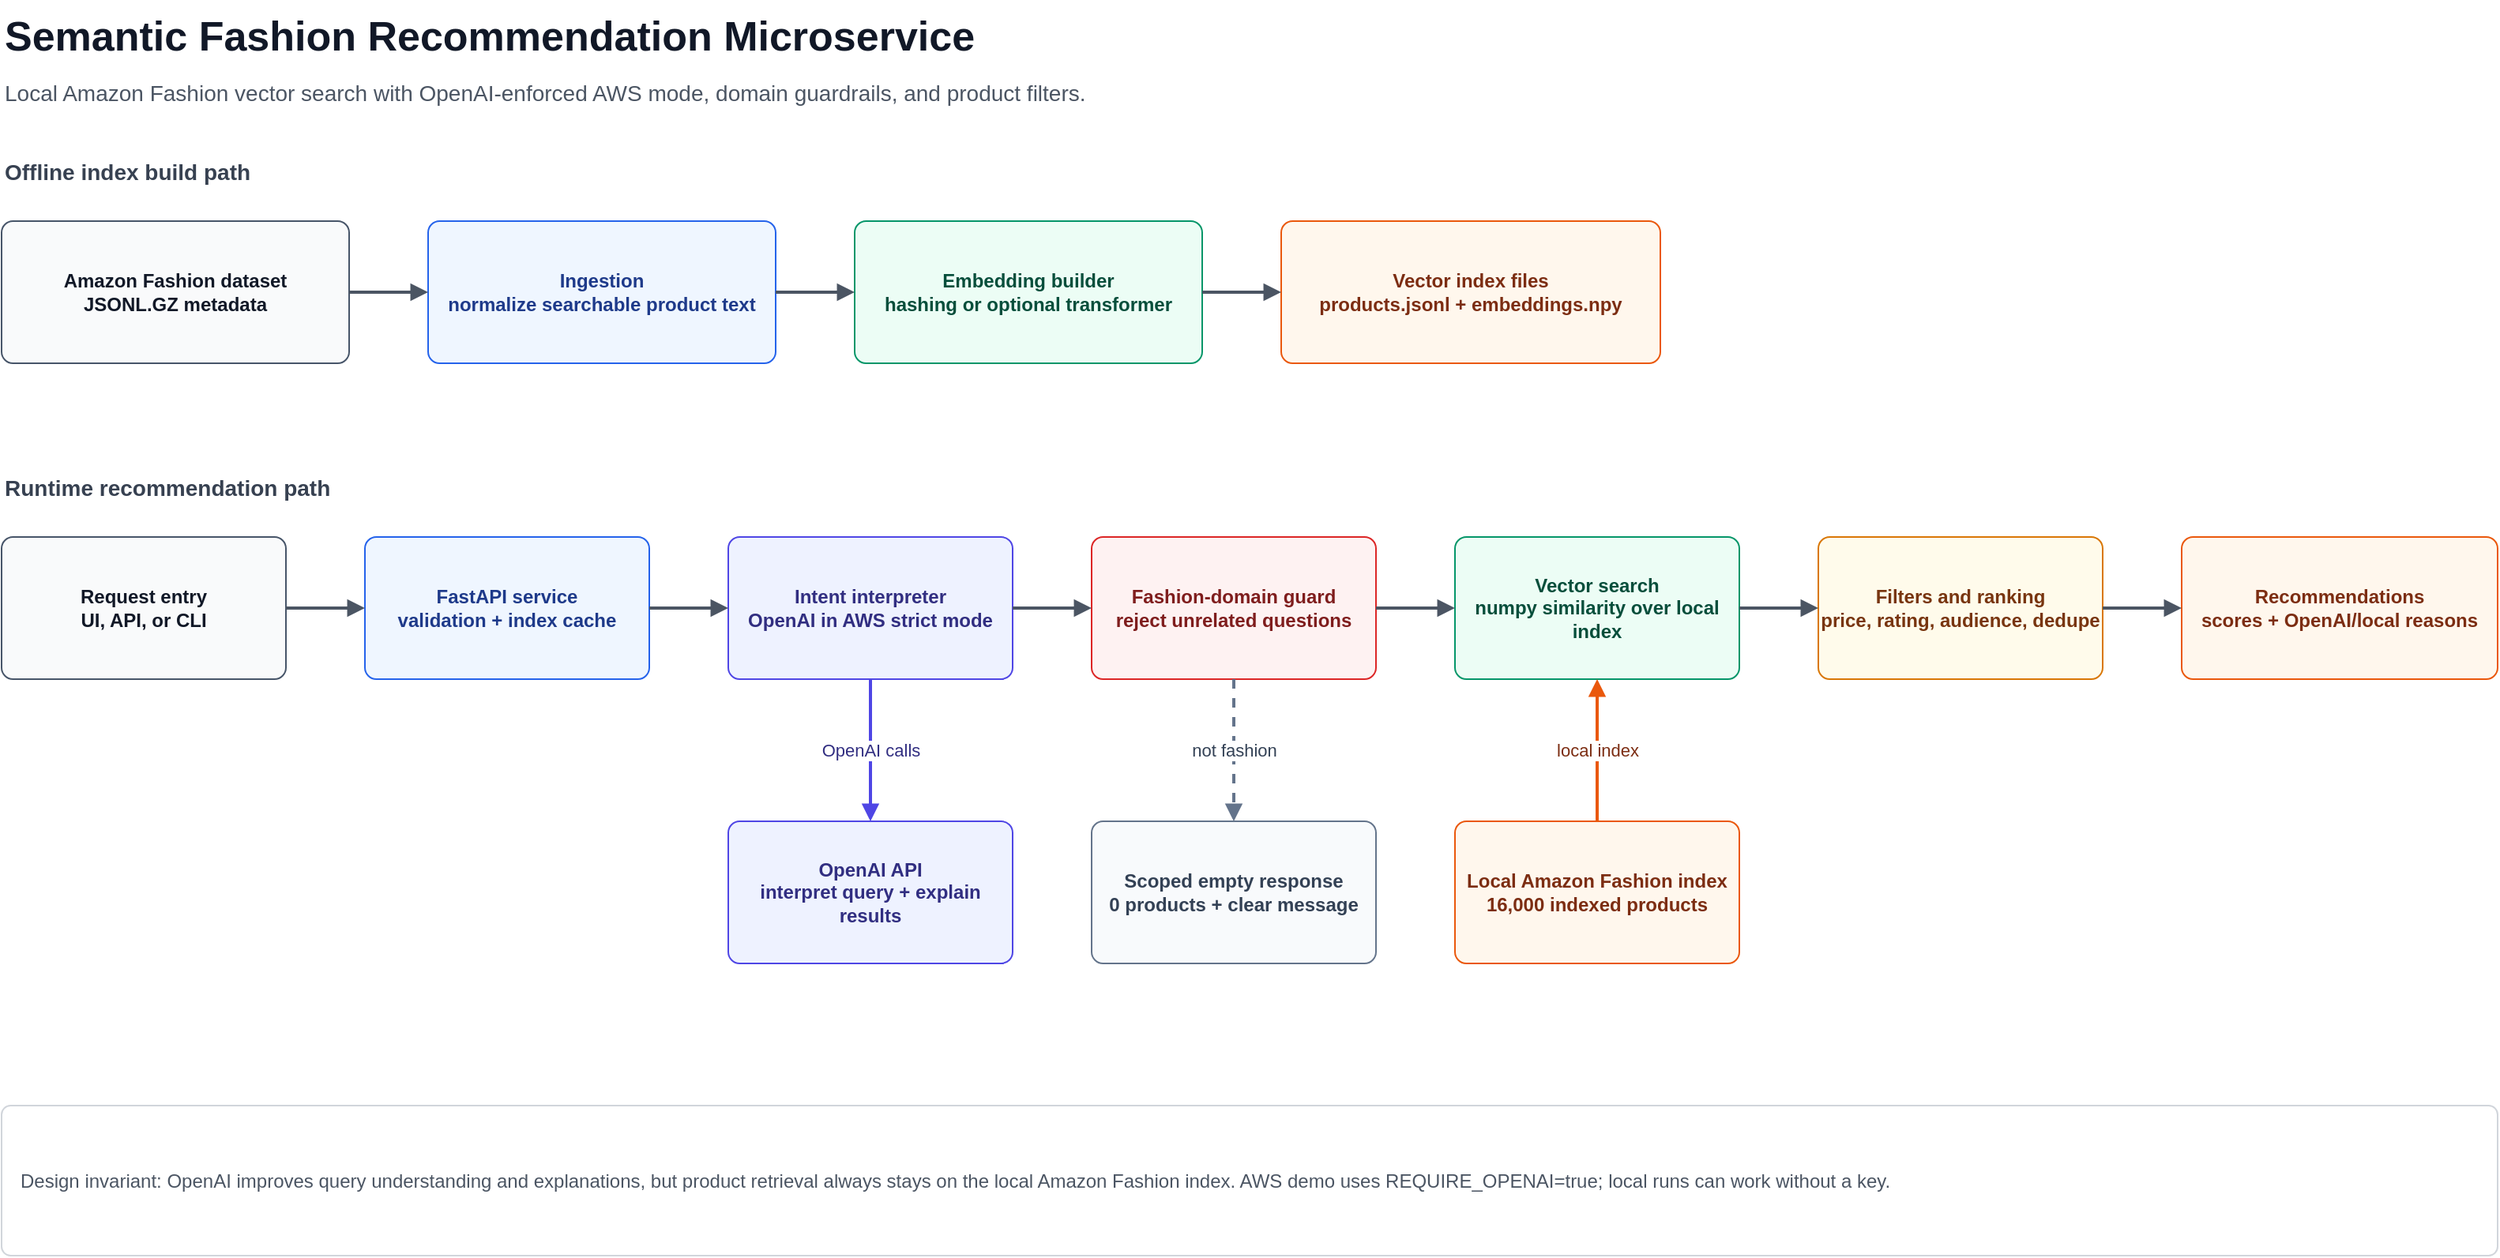
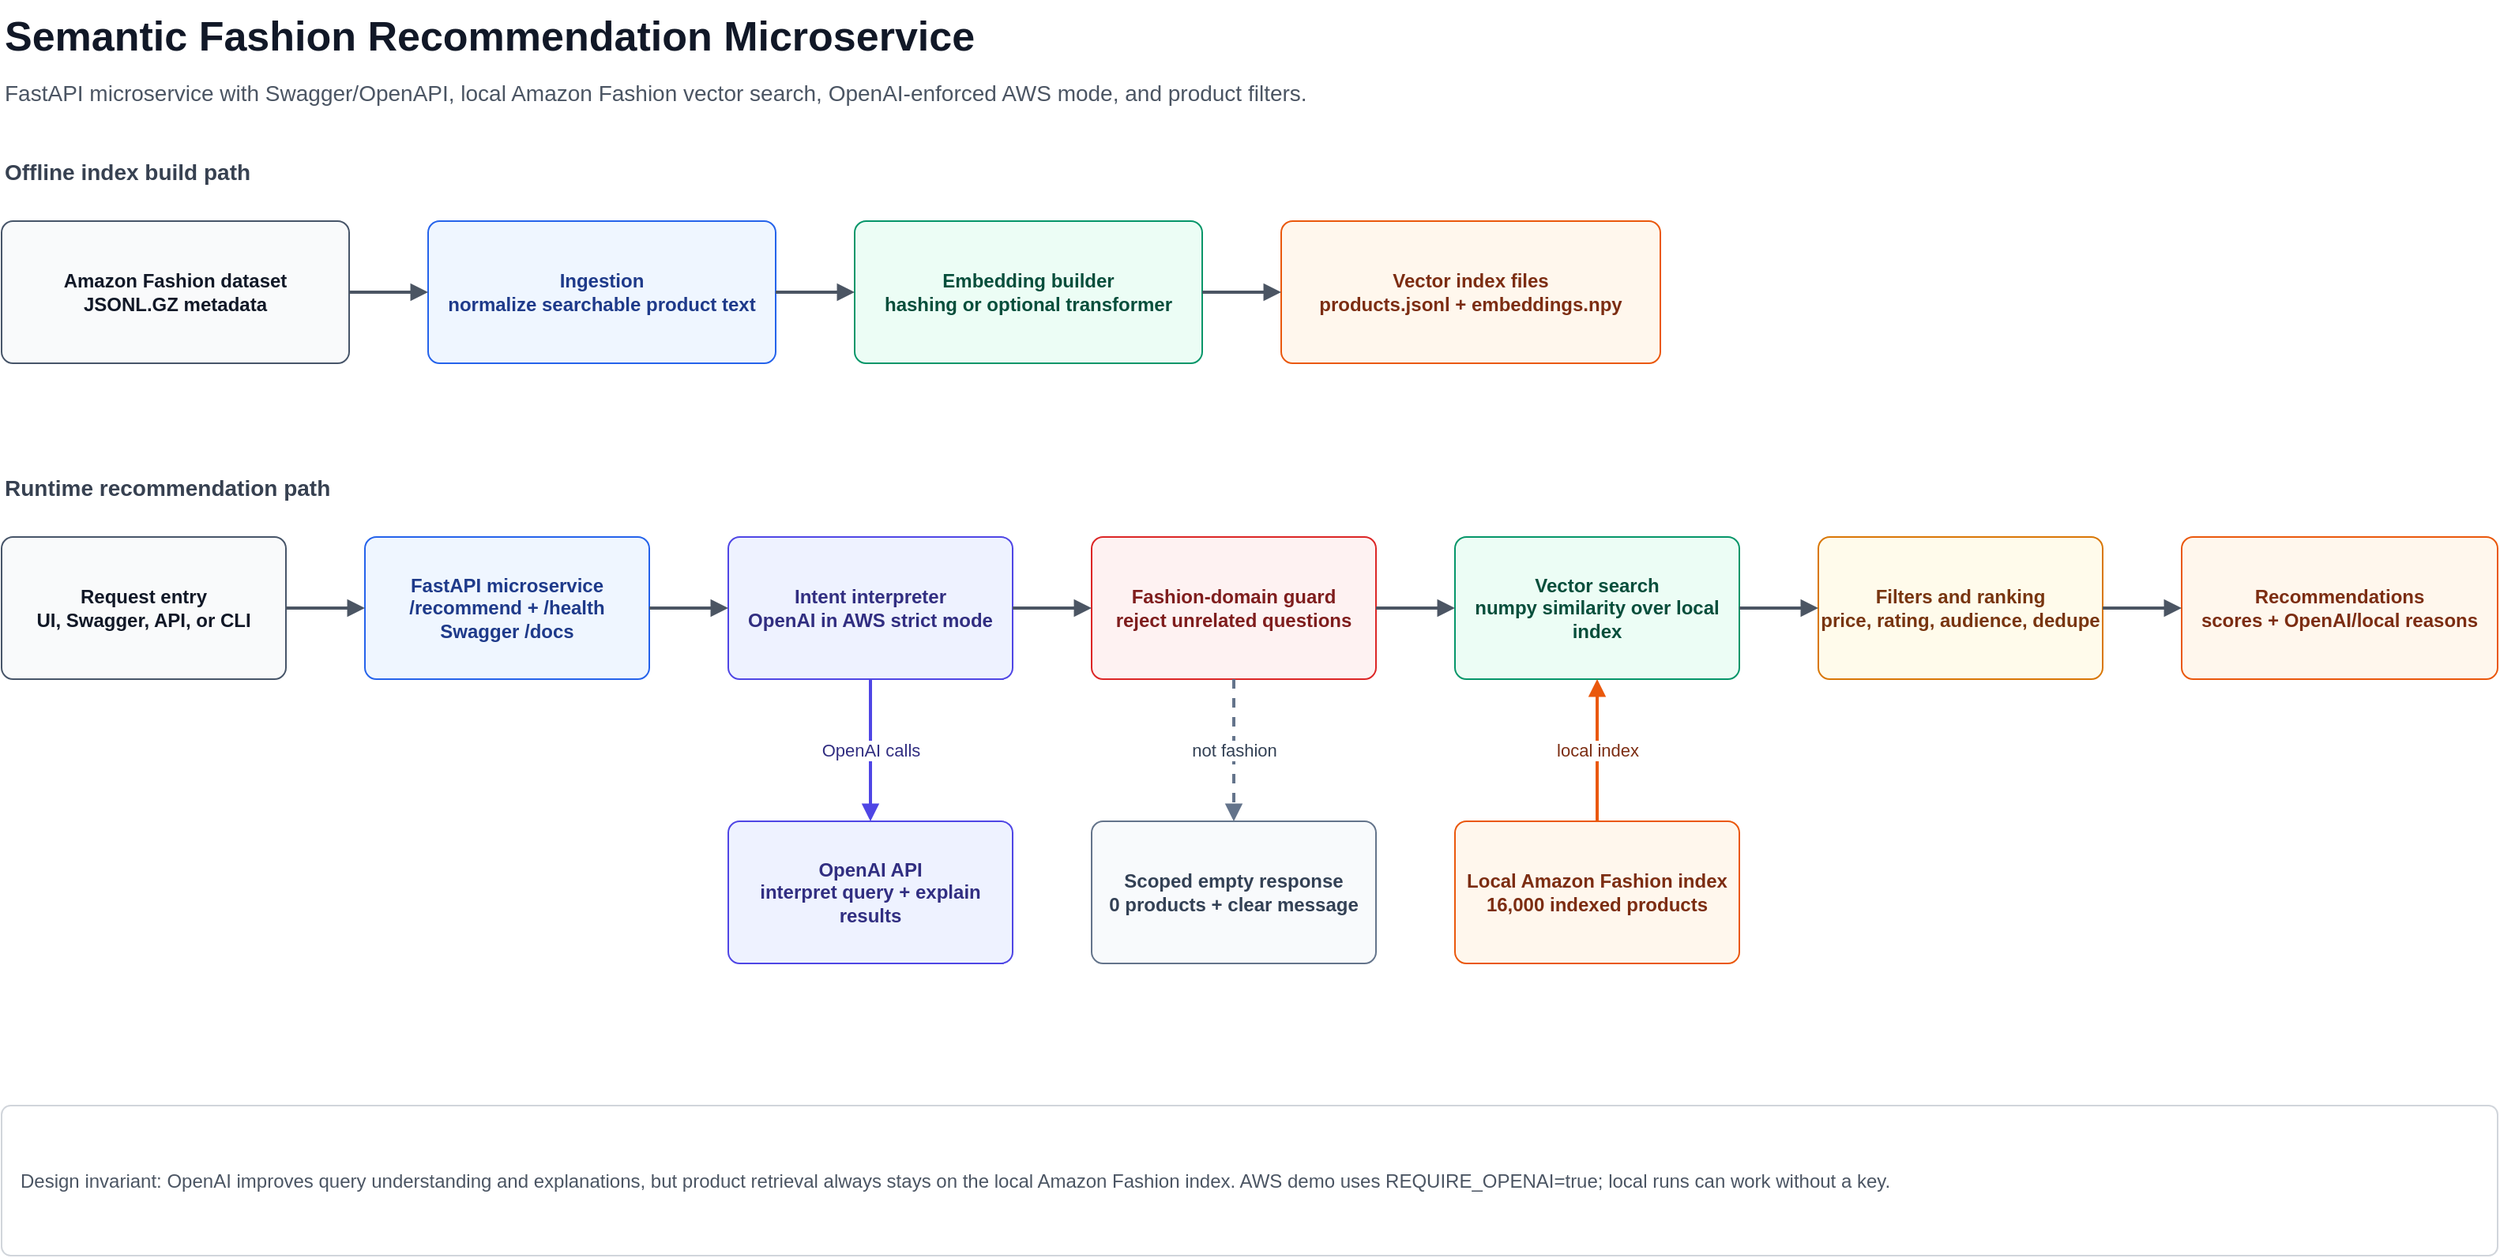
<mxfile host="app.diagrams.net" modified="2026-07-02T00:00:00.000Z" agent="draw.io" version="24.7.17">
  <diagram id="semantic-fashion-recommender" name="Architecture">
    <mxGraphModel dx="1800" dy="950" grid="1" gridSize="10" guides="1" tooltips="1" connect="1" arrows="1" fold="1" page="1" pageScale="1" pageWidth="1800" pageHeight="950" math="0" shadow="0">
      <root>
        <mxCell id="0" />
        <mxCell id="1" parent="0" />
        <mxCell id="title" value="Semantic Fashion Recommendation Microservice" style="text;html=1;strokeColor=none;fillColor=none;fontSize=26;fontStyle=1;fontColor=#111827;align=left;verticalAlign=middle;whiteSpace=wrap;rounded=0;" vertex="1" parent="1">
          <mxGeometry x="70" y="35" width="720" height="45" as="geometry" />
        </mxCell>
-         <mxCell id="subtitle" value="Local Amazon Fashion vector search with OpenAI-enforced AWS mode, domain guardrails, and product filters." style="text;html=1;strokeColor=none;fillColor=none;fontSize=14;fontColor=#4b5563;align=left;verticalAlign=middle;whiteSpace=wrap;rounded=0;" vertex="1" parent="1">
+         <mxCell id="subtitle" value="FastAPI microservice with Swagger/OpenAPI, local Amazon Fashion vector search, OpenAI-enforced AWS mode, and product filters." style="text;html=1;strokeColor=none;fillColor=none;fontSize=14;fontColor=#4b5563;align=left;verticalAlign=middle;whiteSpace=wrap;rounded=0;" vertex="1" parent="1">
          <mxGeometry x="70" y="80" width="980" height="28" as="geometry" />
        </mxCell>

        <mxCell id="offlineLabel" value="Offline index build path" style="text;html=1;strokeColor=none;fillColor=none;fontSize=14;fontStyle=1;fontColor=#374151;align=left;verticalAlign=middle;whiteSpace=wrap;rounded=0;" vertex="1" parent="1">
          <mxGeometry x="70" y="130" width="260" height="28" as="geometry" />
        </mxCell>
        <mxCell id="dataset" value="Amazon Fashion dataset&#xa;JSONL.GZ metadata" style="rounded=1;whiteSpace=wrap;html=1;arcSize=8;fillColor=#f9fafb;strokeColor=#475569;fontColor=#111827;fontStyle=1;" vertex="1" parent="1">
          <mxGeometry x="70" y="175" width="220" height="90" as="geometry" />
        </mxCell>
        <mxCell id="ingest" value="Ingestion&#xa;normalize searchable product text" style="rounded=1;whiteSpace=wrap;html=1;arcSize=8;fillColor=#eff6ff;strokeColor=#2563eb;fontColor=#1e3a8a;fontStyle=1;" vertex="1" parent="1">
          <mxGeometry x="340" y="175" width="220" height="90" as="geometry" />
        </mxCell>
        <mxCell id="embed" value="Embedding builder&#xa;hashing or optional transformer" style="rounded=1;whiteSpace=wrap;html=1;arcSize=8;fillColor=#ecfdf5;strokeColor=#059669;fontColor=#064e3b;fontStyle=1;" vertex="1" parent="1">
          <mxGeometry x="610" y="175" width="220" height="90" as="geometry" />
        </mxCell>
        <mxCell id="indexBuild" value="Vector index files&#xa;products.jsonl + embeddings.npy" style="rounded=1;whiteSpace=wrap;html=1;arcSize=8;fillColor=#fff7ed;strokeColor=#ea580c;fontColor=#7c2d12;fontStyle=1;" vertex="1" parent="1">
          <mxGeometry x="880" y="175" width="240" height="90" as="geometry" />
        </mxCell>

        <mxCell id="runtimeLabel" value="Runtime recommendation path" style="text;html=1;strokeColor=none;fillColor=none;fontSize=14;fontStyle=1;fontColor=#374151;align=left;verticalAlign=middle;whiteSpace=wrap;rounded=0;" vertex="1" parent="1">
          <mxGeometry x="70" y="330" width="280" height="28" as="geometry" />
        </mxCell>
-         <mxCell id="client" value="Request entry&#xa;UI, API, or CLI" style="rounded=1;whiteSpace=wrap;html=1;arcSize=8;fillColor=#f9fafb;strokeColor=#475569;fontColor=#111827;fontStyle=1;" vertex="1" parent="1">
+         <mxCell id="client" value="Request entry&#xa;UI, Swagger, API, or CLI" style="rounded=1;whiteSpace=wrap;html=1;arcSize=8;fillColor=#f9fafb;strokeColor=#475569;fontColor=#111827;fontStyle=1;" vertex="1" parent="1">
          <mxGeometry x="70" y="375" width="180" height="90" as="geometry" />
        </mxCell>
-         <mxCell id="api" value="FastAPI service&#xa;validation + index cache" style="rounded=1;whiteSpace=wrap;html=1;arcSize=8;fillColor=#eff6ff;strokeColor=#2563eb;fontColor=#1e3a8a;fontStyle=1;" vertex="1" parent="1">
+         <mxCell id="api" value="FastAPI microservice&#xa;/recommend + /health&#xa;Swagger /docs" style="rounded=1;whiteSpace=wrap;html=1;arcSize=8;fillColor=#eff6ff;strokeColor=#2563eb;fontColor=#1e3a8a;fontStyle=1;" vertex="1" parent="1">
          <mxGeometry x="300" y="375" width="180" height="90" as="geometry" />
        </mxCell>
        <mxCell id="intent" value="Intent interpreter&#xa;OpenAI in AWS strict mode" style="rounded=1;whiteSpace=wrap;html=1;arcSize=8;fillColor=#eef2ff;strokeColor=#4f46e5;fontColor=#312e81;fontStyle=1;" vertex="1" parent="1">
          <mxGeometry x="530" y="375" width="180" height="90" as="geometry" />
        </mxCell>
        <mxCell id="guard" value="Fashion-domain guard&#xa;reject unrelated questions" style="rounded=1;whiteSpace=wrap;html=1;arcSize=8;fillColor=#fef2f2;strokeColor=#dc2626;fontColor=#7f1d1d;fontStyle=1;" vertex="1" parent="1">
          <mxGeometry x="760" y="375" width="180" height="90" as="geometry" />
        </mxCell>
        <mxCell id="search" value="Vector search&#xa;numpy similarity over local index" style="rounded=1;whiteSpace=wrap;html=1;arcSize=8;fillColor=#ecfdf5;strokeColor=#059669;fontColor=#064e3b;fontStyle=1;" vertex="1" parent="1">
          <mxGeometry x="990" y="375" width="180" height="90" as="geometry" />
        </mxCell>
        <mxCell id="rank" value="Filters and ranking&#xa;price, rating, audience, dedupe" style="rounded=1;whiteSpace=wrap;html=1;arcSize=8;fillColor=#fffbeb;strokeColor=#d97706;fontColor=#78350f;fontStyle=1;" vertex="1" parent="1">
          <mxGeometry x="1220" y="375" width="180" height="90" as="geometry" />
        </mxCell>
        <mxCell id="response" value="Recommendations&#xa;scores + OpenAI/local reasons" style="rounded=1;whiteSpace=wrap;html=1;arcSize=8;fillColor=#fff7ed;strokeColor=#ea580c;fontColor=#7c2d12;fontStyle=1;" vertex="1" parent="1">
          <mxGeometry x="1450" y="375" width="200" height="90" as="geometry" />
        </mxCell>

        <mxCell id="openai" value="OpenAI API&#xa;interpret query + explain results" style="rounded=1;whiteSpace=wrap;html=1;arcSize=8;fillColor=#eef2ff;strokeColor=#4f46e5;fontColor=#312e81;fontStyle=1;" vertex="1" parent="1">
          <mxGeometry x="530" y="555" width="180" height="90" as="geometry" />
        </mxCell>
        <mxCell id="empty" value="Scoped empty response&#xa;0 products + clear message" style="rounded=1;whiteSpace=wrap;html=1;arcSize=8;fillColor=#f8fafc;strokeColor=#64748b;fontColor=#334155;fontStyle=1;" vertex="1" parent="1">
          <mxGeometry x="760" y="555" width="180" height="90" as="geometry" />
        </mxCell>
        <mxCell id="indexRuntime" value="Local Amazon Fashion index&#xa;16,000 indexed products" style="rounded=1;whiteSpace=wrap;html=1;arcSize=8;fillColor=#fff7ed;strokeColor=#ea580c;fontColor=#7c2d12;fontStyle=1;" vertex="1" parent="1">
          <mxGeometry x="990" y="555" width="180" height="90" as="geometry" />
        </mxCell>

        <mxCell id="note" value="Design invariant: OpenAI improves query understanding and explanations, but product retrieval always stays on the local Amazon Fashion index. AWS demo uses REQUIRE_OPENAI=true; local runs can work without a key." style="rounded=1;whiteSpace=wrap;html=1;arcSize=6;fillColor=#ffffff;strokeColor=#d1d5db;fontColor=#4b5563;align=left;spacing=12;" vertex="1" parent="1">
          <mxGeometry x="70" y="735" width="1580" height="95" as="geometry" />
        </mxCell>

        <mxCell id="e1" style="edgeStyle=orthogonalEdgeStyle;endArrow=block;html=1;rounded=0;strokeWidth=2;strokeColor=#4b5563;exitX=1;exitY=0.5;entryX=0;entryY=0.5;" edge="1" parent="1" source="dataset" target="ingest"><mxGeometry relative="1" as="geometry" /></mxCell>
        <mxCell id="e2" style="edgeStyle=orthogonalEdgeStyle;endArrow=block;html=1;rounded=0;strokeWidth=2;strokeColor=#4b5563;exitX=1;exitY=0.5;entryX=0;entryY=0.5;" edge="1" parent="1" source="ingest" target="embed"><mxGeometry relative="1" as="geometry" /></mxCell>
        <mxCell id="e3" style="edgeStyle=orthogonalEdgeStyle;endArrow=block;html=1;rounded=0;strokeWidth=2;strokeColor=#4b5563;exitX=1;exitY=0.5;entryX=0;entryY=0.5;" edge="1" parent="1" source="embed" target="indexBuild"><mxGeometry relative="1" as="geometry" /></mxCell>
        <mxCell id="e4" style="edgeStyle=orthogonalEdgeStyle;endArrow=block;html=1;rounded=0;strokeWidth=2;strokeColor=#4b5563;exitX=1;exitY=0.5;entryX=0;entryY=0.5;" edge="1" parent="1" source="client" target="api"><mxGeometry relative="1" as="geometry" /></mxCell>
        <mxCell id="e5" style="edgeStyle=orthogonalEdgeStyle;endArrow=block;html=1;rounded=0;strokeWidth=2;strokeColor=#4b5563;exitX=1;exitY=0.5;entryX=0;entryY=0.5;" edge="1" parent="1" source="api" target="intent"><mxGeometry relative="1" as="geometry" /></mxCell>
        <mxCell id="e6" style="edgeStyle=orthogonalEdgeStyle;endArrow=block;html=1;rounded=0;strokeWidth=2;strokeColor=#4b5563;exitX=1;exitY=0.5;entryX=0;entryY=0.5;" edge="1" parent="1" source="intent" target="guard"><mxGeometry relative="1" as="geometry" /></mxCell>
        <mxCell id="e7" style="edgeStyle=orthogonalEdgeStyle;endArrow=block;html=1;rounded=0;strokeWidth=2;strokeColor=#4b5563;exitX=1;exitY=0.5;entryX=0;entryY=0.5;" edge="1" parent="1" source="guard" target="search"><mxGeometry relative="1" as="geometry" /></mxCell>
        <mxCell id="e8" style="edgeStyle=orthogonalEdgeStyle;endArrow=block;html=1;rounded=0;strokeWidth=2;strokeColor=#4b5563;exitX=1;exitY=0.5;entryX=0;entryY=0.5;" edge="1" parent="1" source="search" target="rank"><mxGeometry relative="1" as="geometry" /></mxCell>
        <mxCell id="e9" style="edgeStyle=orthogonalEdgeStyle;endArrow=block;html=1;rounded=0;strokeWidth=2;strokeColor=#4b5563;exitX=1;exitY=0.5;entryX=0;entryY=0.5;" edge="1" parent="1" source="rank" target="response"><mxGeometry relative="1" as="geometry" /></mxCell>
        <mxCell id="e10" value="OpenAI calls" style="edgeStyle=orthogonalEdgeStyle;endArrow=block;html=1;rounded=0;strokeWidth=2;strokeColor=#4f46e5;fontColor=#312e81;exitX=0.5;exitY=1;entryX=0.5;entryY=0;" edge="1" parent="1" source="intent" target="openai"><mxGeometry relative="1" as="geometry" /></mxCell>
        <mxCell id="e11" value="not fashion" style="edgeStyle=orthogonalEdgeStyle;endArrow=block;html=1;rounded=0;strokeWidth=2;strokeColor=#64748b;fontColor=#334155;dashed=1;exitX=0.5;exitY=1;entryX=0.5;entryY=0;" edge="1" parent="1" source="guard" target="empty"><mxGeometry relative="1" as="geometry" /></mxCell>
        <mxCell id="e12" value="local index" style="edgeStyle=orthogonalEdgeStyle;endArrow=block;html=1;rounded=0;strokeWidth=2;strokeColor=#ea580c;fontColor=#7c2d12;exitX=0.5;exitY=0;entryX=0.5;entryY=1;" edge="1" parent="1" source="indexRuntime" target="search"><mxGeometry relative="1" as="geometry" /></mxCell>
      </root>
    </mxGraphModel>
  </diagram>
</mxfile>
